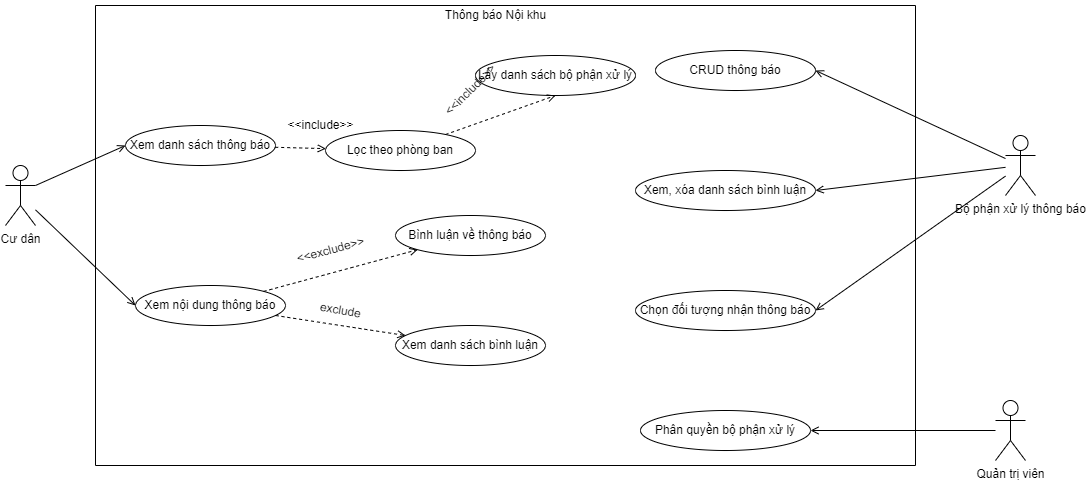
The draw.io diagram usecase diagram/Thông báo.drawio.png in kienndhn/draw-io, before a commit. Source tidied: cells renumbered, new cells last; positions are measured from the earlier drawing's top-left corner, leaving out a move shared by most shapes.
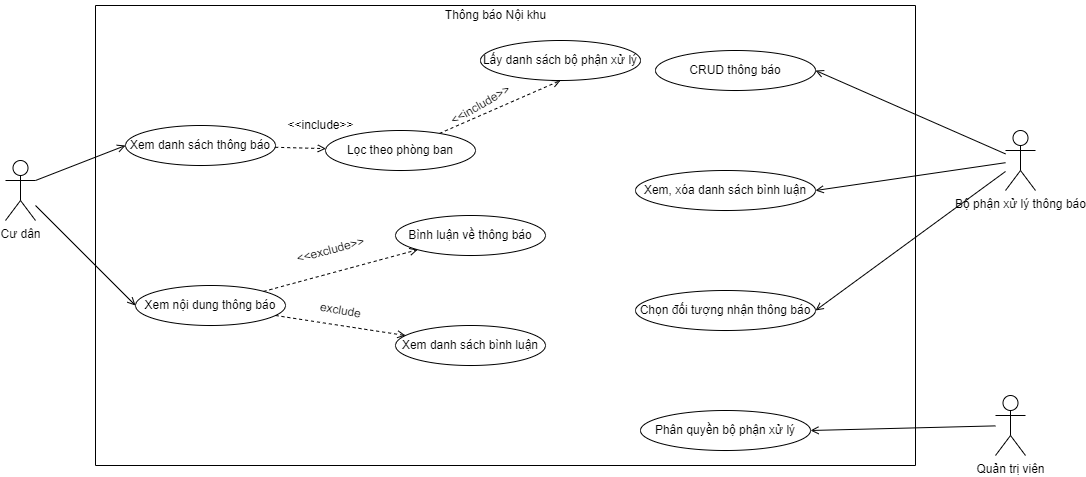
After the change.

Change to the diagram source:
```diff
@@ -3,10 +3,10 @@
     <mxCell id="0" />
     <mxCell id="1" parent="0" />
     <mxCell id="2" style="swimlane;startSize=0;" parent="1" vertex="1">
-      <mxGeometry x="90" y="5" width="820" height="460" as="geometry" />
+      <mxGeometry x="90" y="10" width="820" height="460" as="geometry" />
     </mxCell>
     <mxCell id="3" value="Lấy danh sách bộ phận xử lý" style="ellipse;whiteSpace=wrap;html=1;" parent="2" vertex="1">
-      <mxGeometry x="380" y="50" width="160" height="40" as="geometry" />
+      <mxGeometry x="385" y="35" width="160" height="40" as="geometry" />
     </mxCell>
     <mxCell id="4" value="Xem danh sách thông báo" style="ellipse;whiteSpace=wrap;html=1;" parent="2" vertex="1">
       <mxGeometry x="30" y="120" width="150" height="40" as="geometry" />
@@ -53,8 +53,8 @@
     <mxCell id="18" value="&amp;lt;&amp;lt;include&amp;gt;&amp;gt;" style="text;html=1;align=center;verticalAlign=middle;strokeColor=none;fillColor=none;" parent="2" vertex="1">
       <mxGeometry x="180" y="105" width="90" height="30" as="geometry" />
     </mxCell>
-    <mxCell id="19" value="&amp;lt;&amp;lt;include&amp;gt;&amp;gt;" style="text;html=1;align=center;verticalAlign=middle;strokeColor=none;fillColor=none;rotation=-45;" parent="2" vertex="1">
-      <mxGeometry x="330" y="70" width="90" height="30" as="geometry" />
+    <mxCell id="19" value="&amp;lt;&amp;lt;include&amp;gt;&amp;gt;" style="text;html=1;align=center;verticalAlign=middle;strokeColor=none;fillColor=none;rotation=-30;" parent="2" vertex="1">
+      <mxGeometry x="340" y="85" width="90" height="30" as="geometry" />
     </mxCell>
     <mxCell id="20" value="Phân quyền bộ phận xử lý" style="ellipse;whiteSpace=wrap;html=1;" parent="2" vertex="1">
       <mxGeometry x="545" y="405" width="170" height="40" as="geometry" />
@@ -87,7 +87,7 @@
       <mxGeometry x="1000" y="135" width="30" height="60" as="geometry" />
     </mxCell>
     <mxCell id="30" value="Thông báo Nội khu" style="text;html=1;align=center;verticalAlign=middle;strokeColor=none;fillColor=none;" parent="1" vertex="1">
-      <mxGeometry x="430" width="120" height="30" as="geometry" />
+      <mxGeometry x="430" y="5" width="120" height="30" as="geometry" />
     </mxCell>
   </root>
 </mxGraphModel>
```
